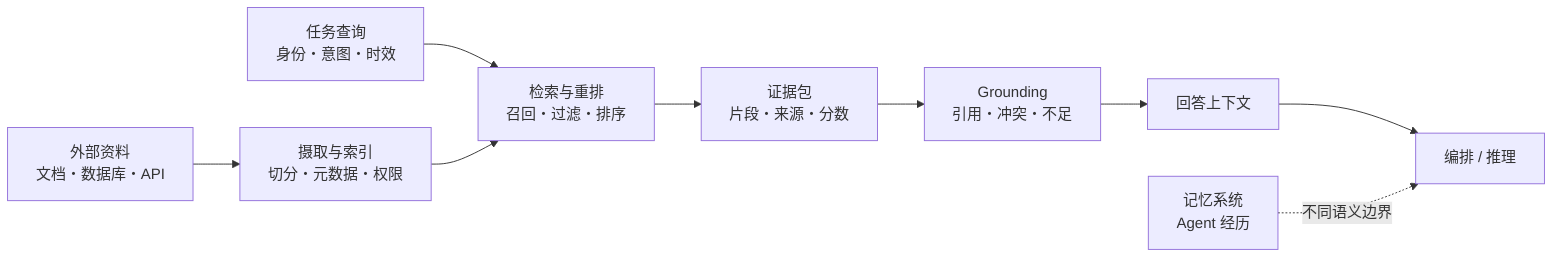
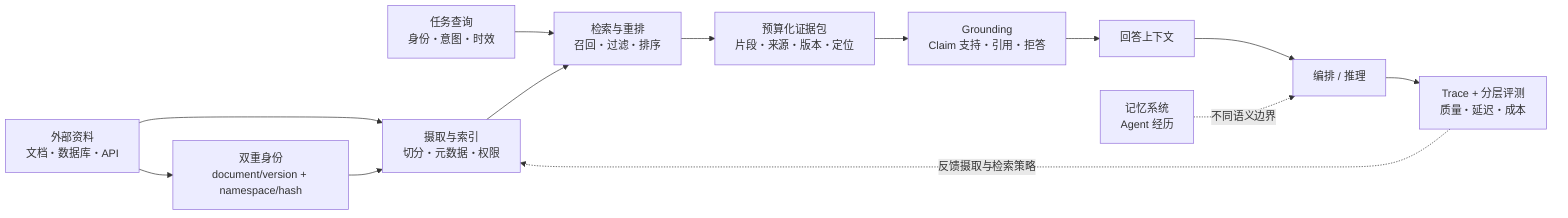
flowchart LR
    D["外部资料<br/>文档・数据库・API"] --> I["摄取与索引<br/>切分・元数据・权限"]
+     D --> ID["双重身份<br/>document/version + namespace/hash"]
+     ID --> I
    Q["任务查询<br/>身份・意图・时效"] --> R["检索与重排<br/>召回・过滤・排序"]
    I --> R
-     R --> E["证据包<br/>片段・来源・分数"]
-     E --> G["Grounding<br/>引用・冲突・不足"]
+     R --> E["预算化证据包<br/>片段・来源・版本・定位"]
+     E --> G["Grounding<br/>Claim 支持・引用・拒答"]
    G --> A["回答上下文"]
    A --> O["编排 / 推理"]
+     O --> V["Trace + 分层评测<br/>质量・延迟・成本"]
+     V -. "反馈摄取与检索策略" .-> I
    M["记忆系统<br/>Agent 经历"] -. "不同语义边界" .-> O
